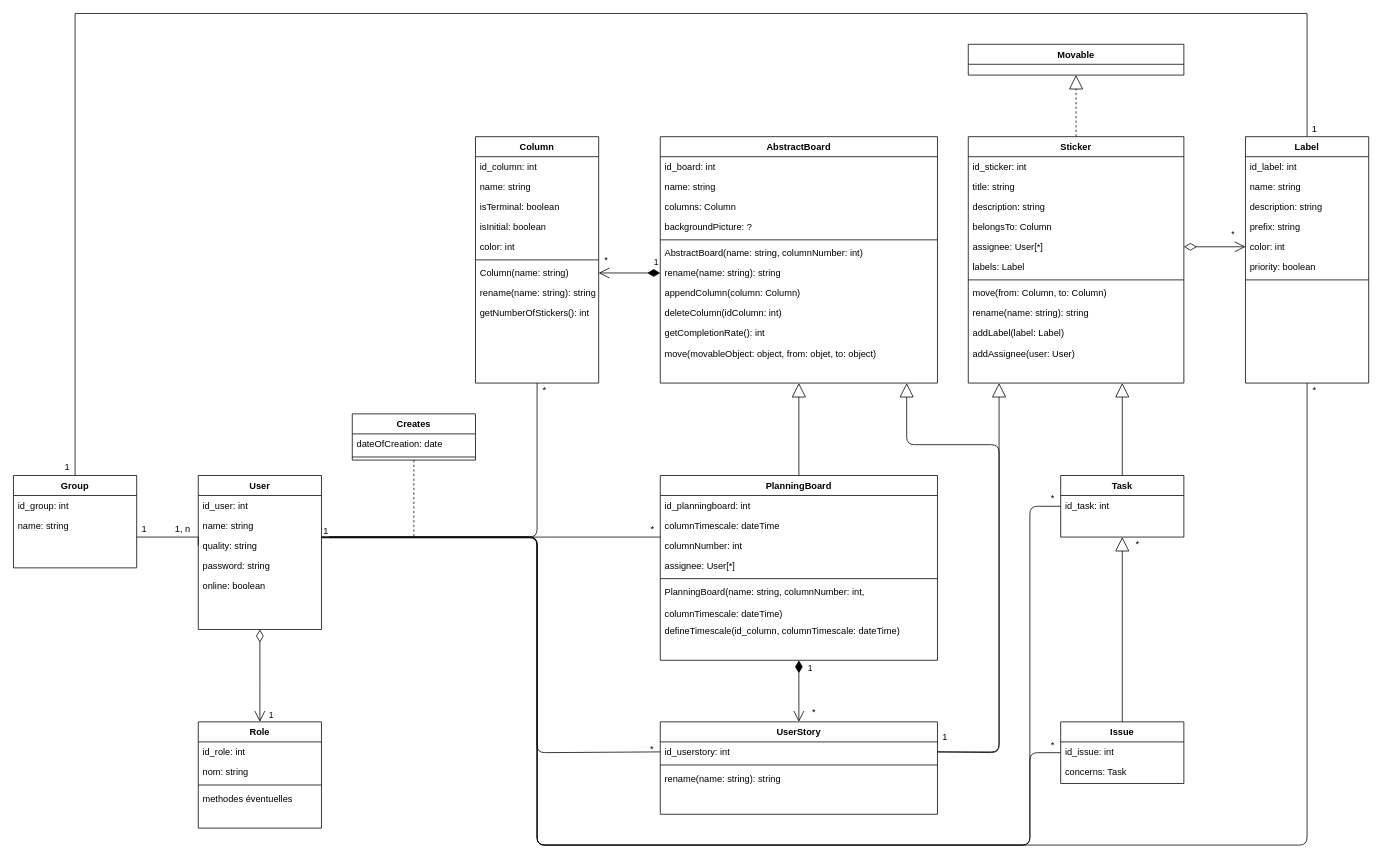
The draw.io diagram Diagrams/Class Diagram.drawio in RedaPengam/Boardy, before the edit. Source tidied: cells renumbered, new cells numbered last; positions are measured from the earlier drawing's top-left corner, leaving out a move shared by most shapes. Both pictures are drawn from the tidied source at 77%, with x=0, y=0 at pixel (13, 13).
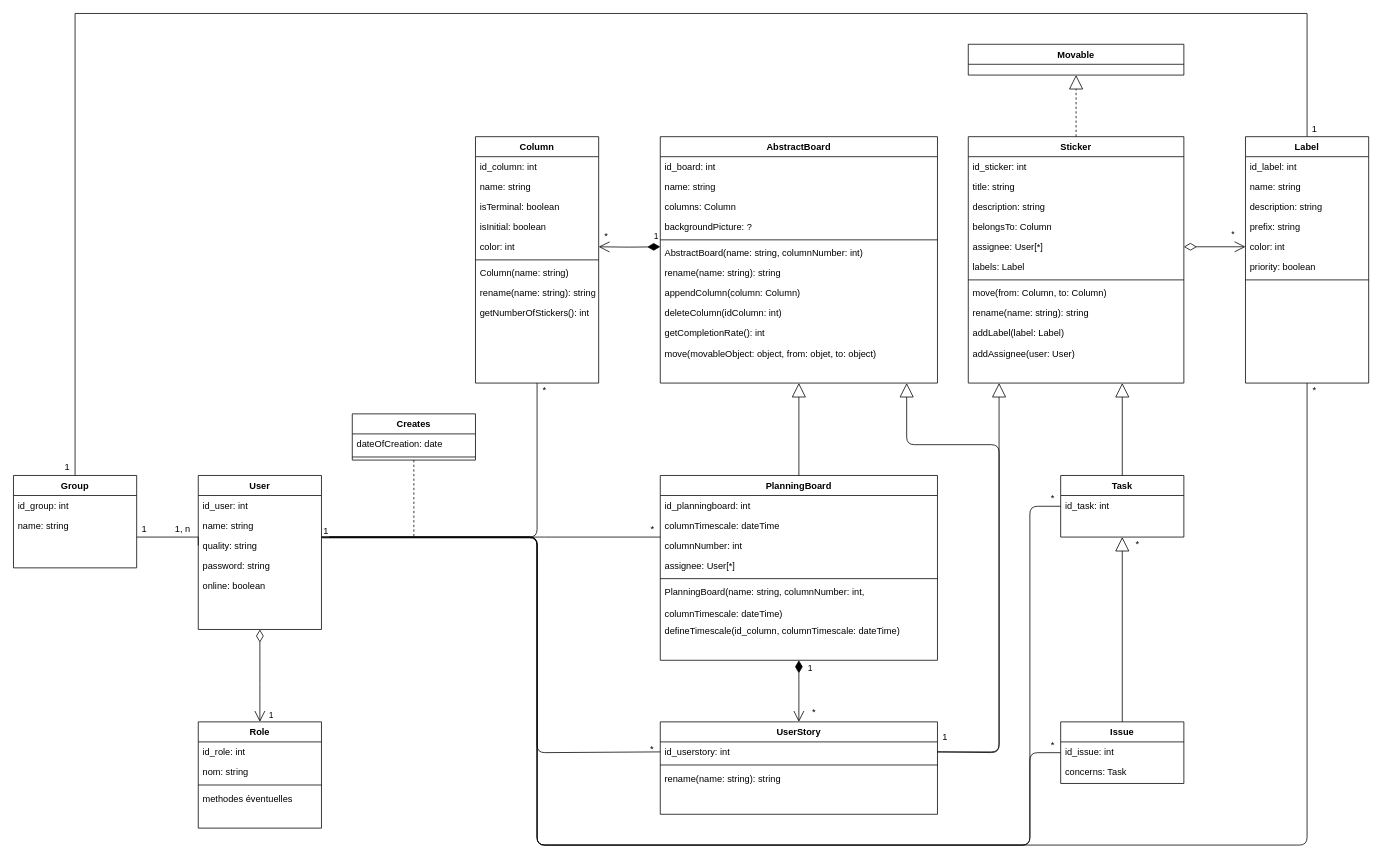
The same page after the edit.

Unchanged cells that the change refers to:
```xml
<mxCell id="15" value="rename(name: string): string" style="text;align=left;verticalAlign=top;spacingLeft=4;spacingRight=4;overflow=hidden;points=[[0,0.5],[1,0.5]];portConstraint=eastwest;" parent="8" vertex="1">
  <mxGeometry y="164" width="360" height="26" as="geometry" />
</mxCell>
<mxCell id="68" value="color: int" style="text;align=left;verticalAlign=top;spacingLeft=4;spacingRight=4;overflow=hidden;points=[[0,0.5],[1,0.5]];portConstraint=eastwest;rounded=0;shadow=0;html=0;" parent="63" vertex="1">
  <mxGeometry y="130" width="160" height="26" as="geometry" />
</mxCell>
<mxCell id="70" value="Column(name: string)" style="text;align=left;verticalAlign=top;spacingLeft=4;spacingRight=4;overflow=hidden;points=[[0,0.5],[1,0.5]];portConstraint=eastwest;" parent="63" vertex="1">
  <mxGeometry y="164" width="160" height="26" as="geometry" />
</mxCell>
```

The edit, as a diff of the source:
```diff
@@
-    <mxCell id="90" value="1" style="endArrow=open;html=1;endSize=12;startArrow=diamondThin;startSize=14;startFill=1;edgeStyle=orthogonalEdgeStyle;align=left;verticalAlign=bottom;entryX=1;entryY=0.5;entryDx=0;entryDy=0;exitX=0;exitY=0.5;exitDx=0;exitDy=0;" parent="1" edge="1" source="15" target="70">
-      <mxGeometry x="-0.75" y="-5" relative="1" as="geometry" />
+    <mxCell id="90" value="1" style="endArrow=open;html=1;endSize=12;startArrow=diamondThin;startSize=14;startFill=1;edgeStyle=orthogonalEdgeStyle;align=left;verticalAlign=bottom;entryX=1;entryY=0.5;entryDx=0;entryDy=0;" parent="1" edge="1" target="68">
+      <mxGeometry x="-0.75" y="-5" relative="1" as="geometry">
+        <mxPoint x="840" y="303" as="sourcePoint" />
+      </mxGeometry>
     </mxCell>
     <mxCell id="91" value="*" style="text;html=1;strokeColor=none;fillColor=none;align=center;verticalAlign=middle;whiteSpace=wrap;rounded=0;" parent="1" vertex="1">
-      <mxGeometry x="750" y="310" width="40" height="20" as="geometry" />
+      <mxGeometry x="750" y="280" width="40" height="20" as="geometry" />
     </mxCell>
```
